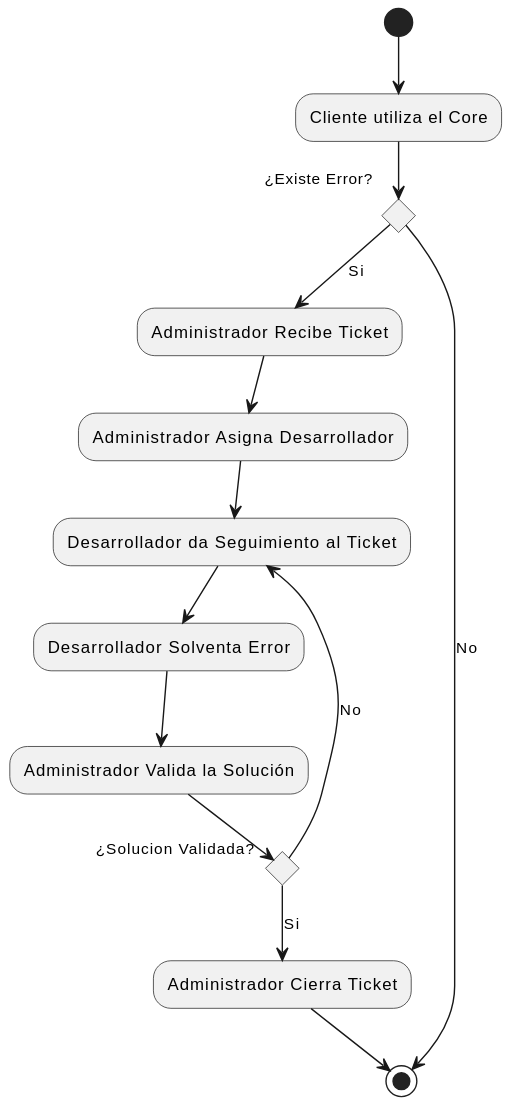
This is imagenes/modelosUML/DiagramaActicidad.svg from mmasias/23-24-IdSw1-SDR, a PlantUML export, as it was before one commit.
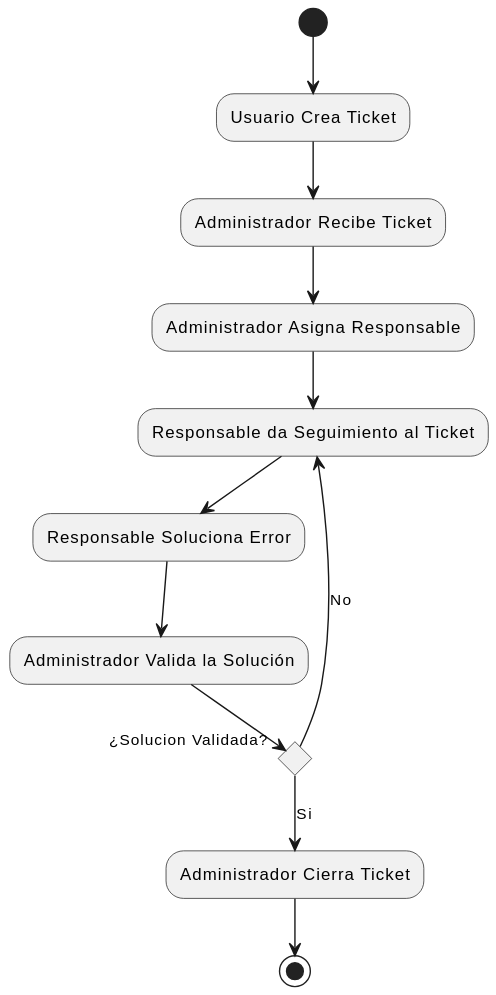
The same diagram one commit later.

Change to the diagram source:
```diff
@@ -1,18 +1,14 @@
 @startuml
-(*) -->  Cliente utiliza el Core
-    if "¿Existe Error?" then
-      -->[Si] Administrador Recibe Ticket
-      --> Administrador Asigna Desarrollador
-      --> Desarrollador da Seguimiento al Ticket
-      --> Desarrollador Solventa Error
+(*) --> Usuario Crea Ticket
+      --> Administrador Recibe Ticket
+      --> Administrador Asigna Responsable
+      --> Responsable da Seguimiento al Ticket
+      --> Responsable Soluciona Error
       --> Administrador Valida la Solución
       if "¿Solucion Validada?" then
         -->[Si] Administrador Cierra Ticket
         --> (*)
         else
-        -->[No] Desarrollador da Seguimiento al Ticket
+        -->[No] Responsable da Seguimiento al Ticket
       endif
-    else
-    -->[No] (*)
-    endif
 @enduml
```
